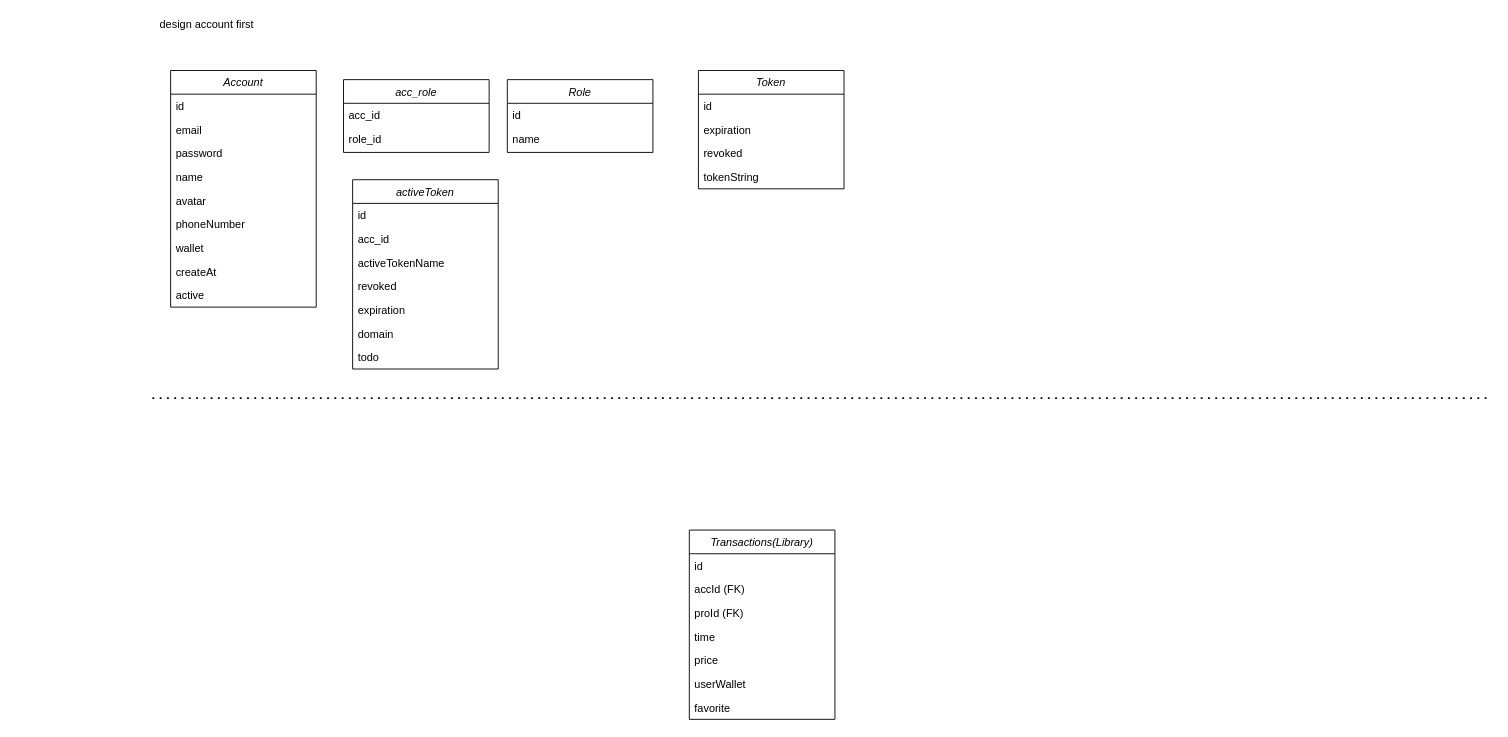
Above: dbDiagram.drawio in DacVuCaMap/GVNCorpProject (draw.io), before the change. Source tidied: cells renumbered, new cells numbered last; positions are measured from the earlier drawing's top-left corner, leaving out a move shared by most shapes. Both pictures are drawn from the tidied source at 91%, with x=0, y=0 at pixel (143, 15).
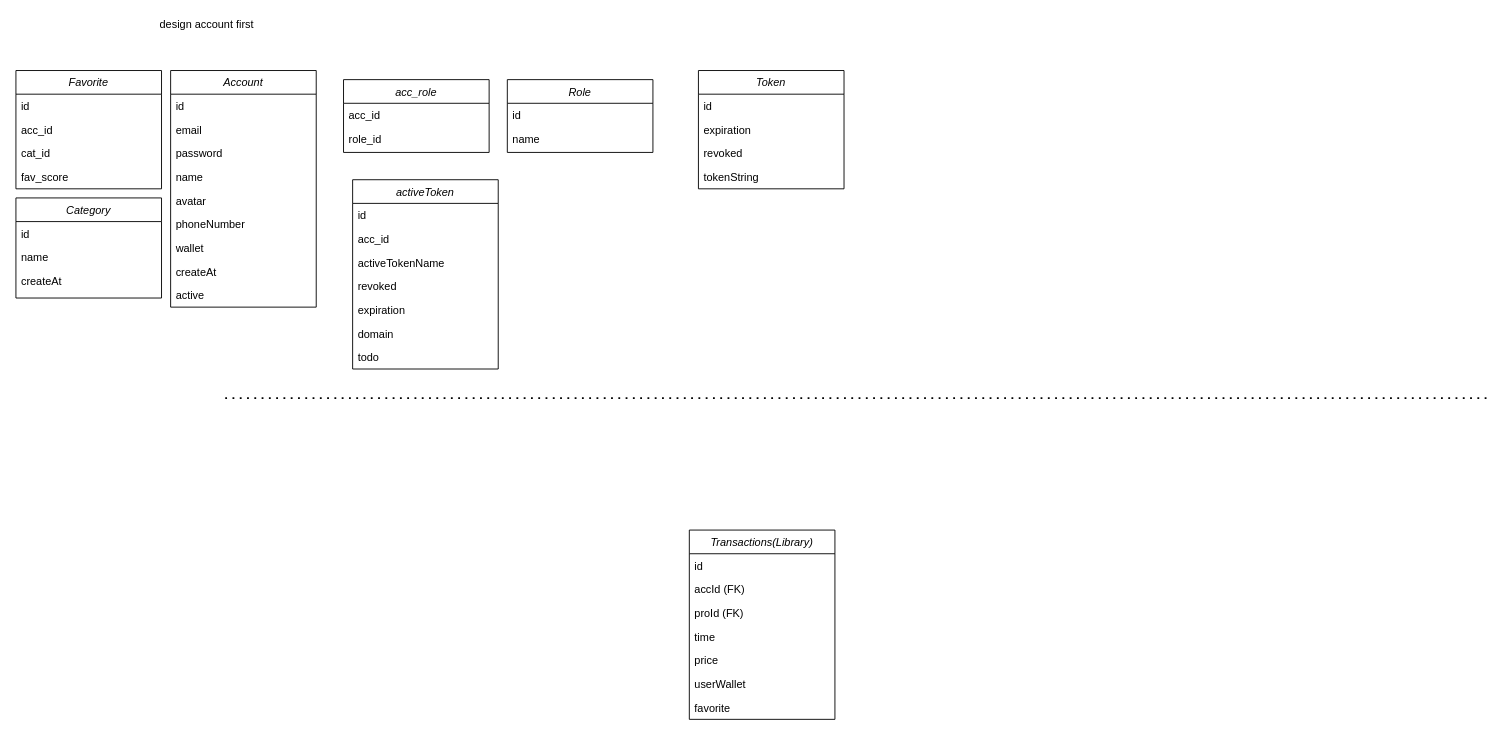
The same page after the edit.

Change to the diagram source:
```diff
@@
     <mxCell id="20" style="endArrow=none;dashed=1;html=1;dashPattern=1 3;strokeWidth=2;" parent="1" edge="1">
       <mxGeometry relative="1" as="geometry">
-        <mxPoint x="10" y="420" as="sourcePoint" />
+        <mxPoint x="90" y="420" as="sourcePoint" />
         <mxPoint x="1480" y="420" as="targetPoint" />
       </mxGeometry>
     </mxCell>
@@
+    <mxCell id="41" value="Favorite" style="swimlane;fontStyle=2;align=center;verticalAlign=top;horizontal=1;startSize=26;rounded=0;shadow=0;strokeWidth=1;" parent="1" vertex="1">
+      <mxGeometry x="-140" y="60" width="160" height="130" as="geometry" />
+    </mxCell>
+    <mxCell id="42" value="id" style="text;align=left;verticalAlign=top;spacingLeft=4;spacingRight=4;overflow=hidden;" parent="41" vertex="1">
+      <mxGeometry y="26" width="160" height="26" as="geometry" />
+    </mxCell>
+    <mxCell id="43" value="acc_id" style="text;align=left;verticalAlign=top;spacingLeft=4;spacingRight=4;overflow=hidden;rounded=0;shadow=0;html=0;" parent="41" vertex="1">
+      <mxGeometry y="52" width="160" height="26" as="geometry" />
+    </mxCell>
+    <mxCell id="44" value="cat_id" style="text;align=left;verticalAlign=top;spacingLeft=4;spacingRight=4;overflow=hidden;rounded=0;shadow=0;html=0;" parent="41" vertex="1">
+      <mxGeometry y="78" width="160" height="26" as="geometry" />
+    </mxCell>
+    <mxCell id="45" value="fav_score" style="text;align=left;verticalAlign=top;spacingLeft=4;spacingRight=4;overflow=hidden;rounded=0;shadow=0;html=0;" parent="41" vertex="1">
+      <mxGeometry y="104" width="160" height="26" as="geometry" />
+    </mxCell>
+    <mxCell id="46" value="Category" style="swimlane;fontStyle=2;align=center;verticalAlign=top;horizontal=1;startSize=26;rounded=0;shadow=0;strokeWidth=1;" parent="1" vertex="1">
+      <mxGeometry x="-140" y="200" width="160" height="110" as="geometry" />
+    </mxCell>
+    <mxCell id="47" value="id" style="text;align=left;verticalAlign=top;spacingLeft=4;spacingRight=4;overflow=hidden;" parent="46" vertex="1">
+      <mxGeometry y="26" width="160" height="26" as="geometry" />
+    </mxCell>
+    <mxCell id="48" value="name" style="text;align=left;verticalAlign=top;spacingLeft=4;spacingRight=4;overflow=hidden;rounded=0;shadow=0;html=0;" parent="46" vertex="1">
+      <mxGeometry y="52" width="160" height="26" as="geometry" />
+    </mxCell>
+    <mxCell id="49" value="createAt" style="text;align=left;verticalAlign=top;spacingLeft=4;spacingRight=4;overflow=hidden;rounded=0;shadow=0;html=0;" parent="46" vertex="1">
+      <mxGeometry y="78" width="160" height="26" as="geometry" />
+    </mxCell>
```
